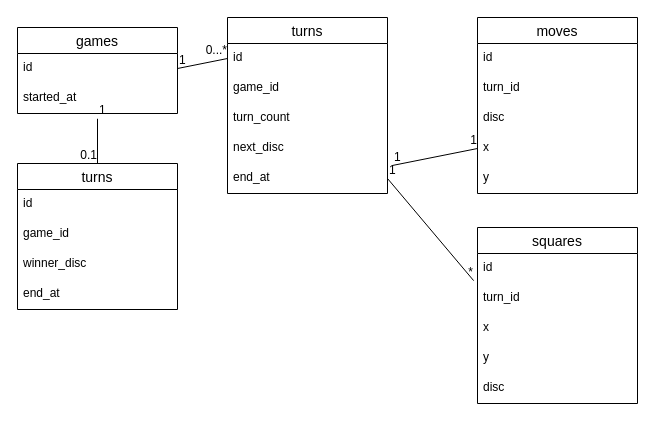
Above: docs/er.drawio in kazun1224/Reversi (draw.io), before the change. Source tidied: cells renumbered, new cells numbered last; positions are measured from the earlier drawing's top-left corner, leaving out a move shared by most shapes. Both pictures are drawn from the tidied source at 100%, with x=0, y=0 at pixel (17, 17).
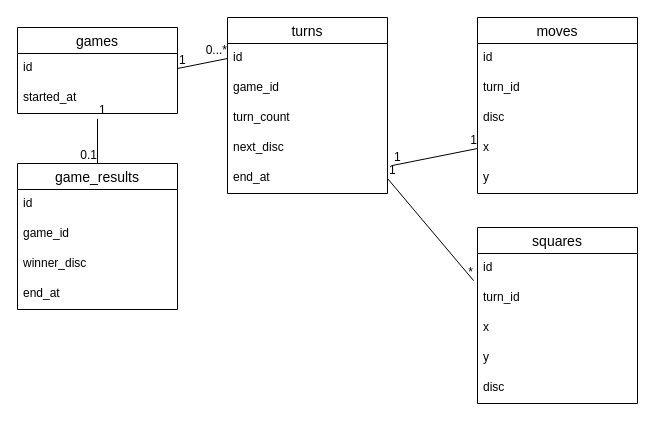
Above is the later version.

What changed in the source:
```diff
@@
-    <mxCell id="32" value="turns" style="swimlane;fontStyle=0;horizontal=1;startSize=26;align=center;fontSize=14;direction=east;" parent="1" vertex="1">
+    <mxCell id="32" value="game_results" style="swimlane;fontStyle=0;horizontal=1;startSize=26;align=center;fontSize=14;direction=east;" parent="1" vertex="1">
       <mxGeometry y="146" width="160" height="146" as="geometry" />
     </mxCell>
```
